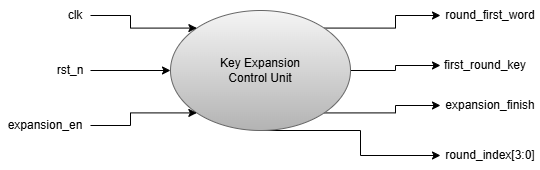
Earlier version of the draw.io export media/AESKeyExpansion-CU_High.png (LQLManZz/AES128-Verilog). Source tidied: cells renumbered, new cells last; positions are measured from the earlier drawing's top-left corner, leaving out a move shared by most shapes.
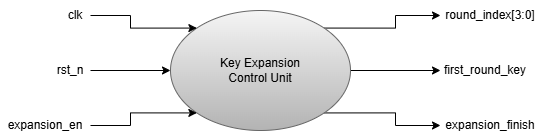
The same file after the commit.

Change to the diagram source:
```diff
@@ -8,16 +8,8 @@
     <mxCell id="3" style="edgeStyle=orthogonalEdgeStyle;rounded=0;jettySize=auto;html=1;exitX=1;exitY=0.5;exitDx=0;exitDy=0;entryX=0;entryY=0.5;entryDx=0;entryDy=0;" parent="1" edge="1" source="6" target="14">
       <mxGeometry relative="1" as="geometry" />
     </mxCell>
-    <mxCell id="4" style="edgeStyle=orthogonalEdgeStyle;rounded=0;jettySize=auto;html=1;exitX=1;exitY=0;exitDx=0;exitDy=0;entryX=0;entryY=0.5;entryDx=0;entryDy=0;" parent="1" edge="1" source="6" target="15">
-      <mxGeometry relative="1" as="geometry" />
-    </mxCell>
-    <mxCell id="5" style="edgeStyle=orthogonalEdgeStyle;rounded=0;jettySize=auto;html=1;exitX=0.5;exitY=1;exitDx=0;exitDy=0;entryX=0;entryY=0.5;entryDx=0;entryDy=0;" parent="1" edge="1" source="6" target="16">
-      <mxGeometry relative="1" as="geometry">
-        <Array as="points">
-          <mxPoint x="360" y="130" />
-          <mxPoint x="360" y="155" />
-        </Array>
-      </mxGeometry>
+    <mxCell id="5" style="edgeStyle=orthogonalEdgeStyle;rounded=0;jettySize=auto;html=1;exitX=1;exitY=0;exitDx=0;exitDy=0;entryX=0;entryY=0.5;entryDx=0;entryDy=0;" parent="1" edge="1" source="6" target="16">
+      <mxGeometry relative="1" as="geometry" />
     </mxCell>
     <mxCell id="6" value="Key Expansion&lt;div&gt;Control Unit&lt;/div&gt;" style="ellipse;whiteSpace=wrap;html=1;fillColor=#f5f5f5;gradientColor=#b3b3b3;strokeColor=#666666;" parent="1" vertex="1">
       <mxGeometry x="170" y="10" width="180" height="120" as="geometry" />
@@ -41,16 +33,13 @@
       <mxGeometry y="110" width="90" height="30" as="geometry" />
     </mxCell>
     <mxCell id="13" value="expansion_finish" style="text;html=1;whiteSpace=wrap;strokeColor=none;fillColor=none;align=center;verticalAlign=middle;rounded=0;" parent="1" vertex="1">
-      <mxGeometry x="440" y="90" width="100" height="30" as="geometry" />
+      <mxGeometry x="440" y="110" width="100" height="30" as="geometry" />
     </mxCell>
     <mxCell id="14" value="first_round_key" style="text;html=1;whiteSpace=wrap;strokeColor=none;fillColor=none;align=center;verticalAlign=middle;rounded=0;" parent="1" vertex="1">
-      <mxGeometry x="440" y="50" width="90" height="30" as="geometry" />
+      <mxGeometry x="440" y="55" width="90" height="30" as="geometry" />
     </mxCell>
-    <mxCell id="15" value="round_first_word" style="text;html=1;whiteSpace=wrap;strokeColor=none;fillColor=none;align=center;verticalAlign=middle;rounded=0;" parent="1" vertex="1">
-      <mxGeometry x="440" width="100" height="30" as="geometry" />
-    </mxCell>
     <mxCell id="16" value="round_index[3:0]" style="text;html=1;whiteSpace=wrap;strokeColor=none;fillColor=none;align=center;verticalAlign=middle;rounded=0;" parent="1" vertex="1">
-      <mxGeometry x="440" y="140" width="100" height="30" as="geometry" />
+      <mxGeometry x="440" width="100" height="30" as="geometry" />
     </mxCell>
   </root>
 </mxGraphModel>
```
